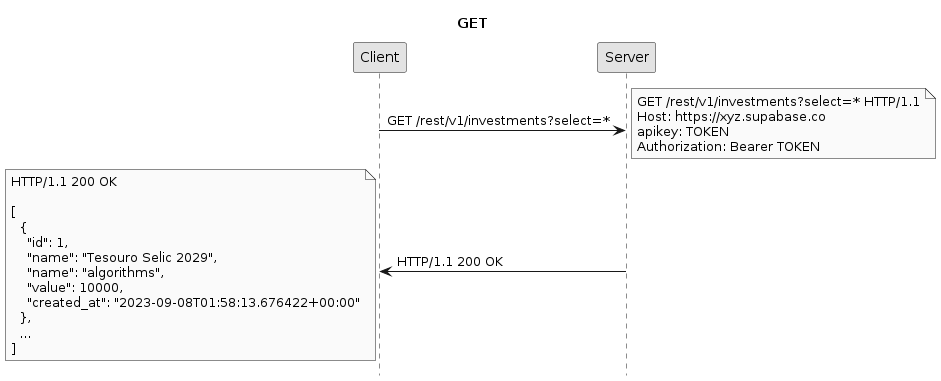
ifpb/ls keeps this PlantUML diagram as public/imgs/package/supabase-api/get-investments.png. Above is the earlier version.
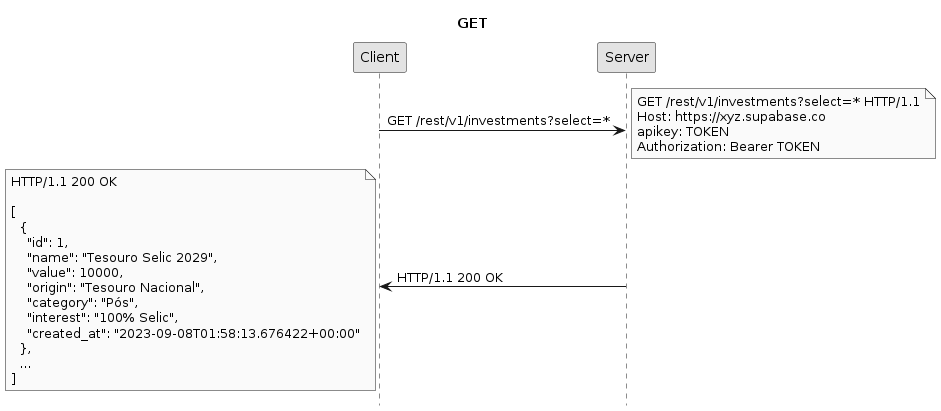
Above is the later version.

Diff of the diagram source:
```diff
@@ -6,5 +6,5 @@
 Client -> Server: GET /rest/v1/investments?select=*
 note right: GET /rest/v1/investments?select=* HTTP/1.1\nHost: https://xyz.supabase.co\napikey: TOKEN\nAuthorization: Bearer TOKEN
 Server -> Client: HTTP/1.1 200 OK
-note left: HTTP/1.1 200 OK\n\n[\n  {\n    "id": 1,\n    "name": "Tesouro Selic 2029",\n    "name": "algorithms",\n    "value": 10000,\n    "created_at": "2023-09-08T01:58:13.676422+00:00"\n  },\n  ...\n]
+note left: HTTP/1.1 200 OK\n\n[\n  {\n    "id": 1,\n    "name": "Tesouro Selic 2029",\n    "value": 10000,\n    "origin": "Tesouro Nacional",\n    "category": "Pós",\n    "interest": "100% Selic",\n    "created_at": "2023-09-08T01:58:13.676422+00:00"\n  },\n  ...\n]
 @enduml
```
